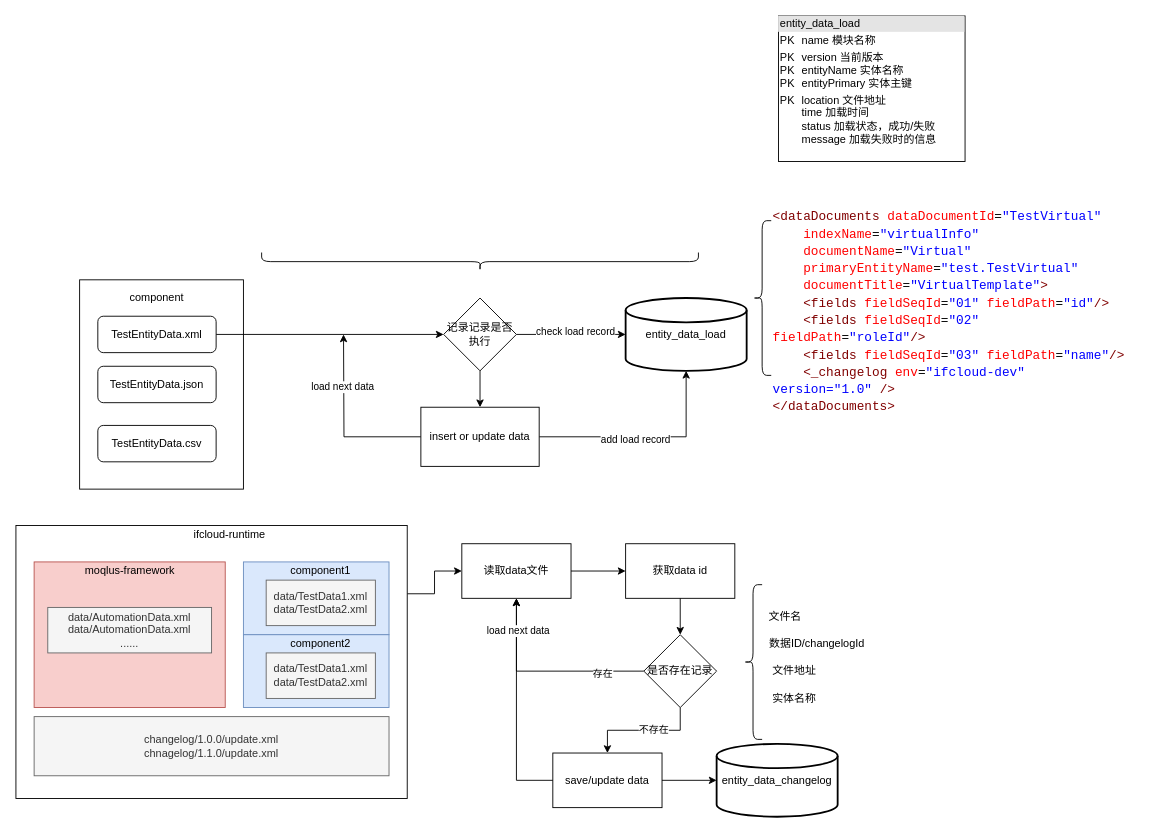
This is yunify/component-init-data.drawio from jiangliuhong/drawdb, a draw.io file, before an edit. Source tidied: cells renumbered, new cells numbered last; positions are measured from the earlier drawing's top-left corner, leaving out a move shared by most shapes. Both pictures are drawn from the tidied source at 91%, with x=0, y=0 at pixel (15, 15).
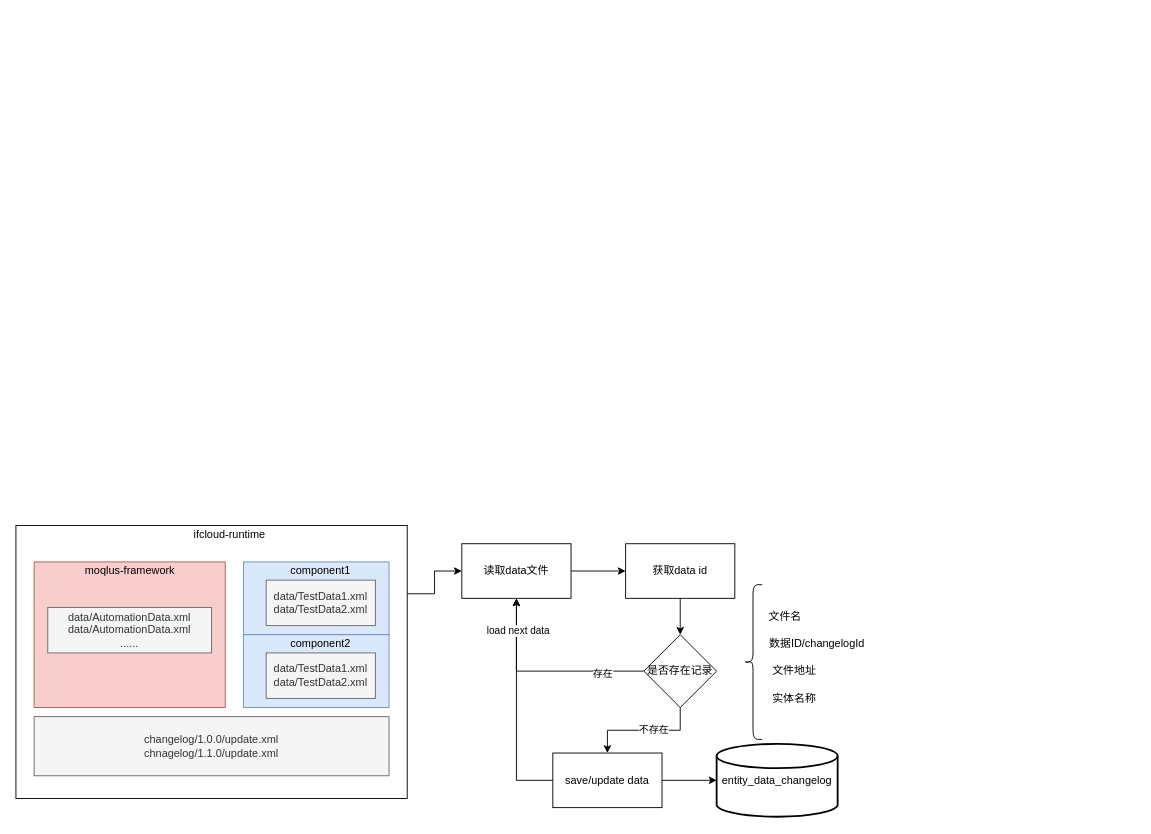
The same diagram, later.

The edit, as a diff of the source:
```diff
@@
-    <mxCell id="4" style="rounded=0;whiteSpace=wrap;html=1;" parent="1" vertex="1">
-      <mxGeometry x="70" y="290" width="180" height="230" as="geometry" />
-    </mxCell>
-    <mxCell id="5" style="edgeStyle=orthogonalEdgeStyle;rounded=0;jettySize=auto;html=1;exitX=1;exitY=0.5;exitDx=0;exitDy=0;entryX=0;entryY=0.5;entryDx=0;entryDy=0;" parent="1" edge="1" source="6" target="16">
-      <mxGeometry relative="1" as="geometry" />
-    </mxCell>
-    <mxCell id="6" value="TestEntityData.xml" style="rounded=1;whiteSpace=wrap;html=1;" parent="1" vertex="1">
-      <mxGeometry x="90" y="330" width="130" height="40" as="geometry" />
-    </mxCell>
-    <mxCell id="7" value="&lt;div style=&quot;background-color: rgb(255 , 255 , 255) ; font-family: &amp;#34;consolas&amp;#34; , &amp;#34;courier new&amp;#34; , monospace ; font-size: 14px ; line-height: 19px&quot;&gt;&lt;div&gt;&lt;span style=&quot;color: #800000&quot;&gt;&amp;lt;dataDocuments&lt;/span&gt; &lt;span style=&quot;color: #ff0000&quot;&gt;dataDocumentId&lt;/span&gt;=&lt;span style=&quot;color: #0000ff&quot;&gt;&quot;TestVirtual&quot;&lt;/span&gt; &lt;/div&gt;&lt;div&gt;&amp;nbsp; &amp;nbsp; &lt;span style=&quot;color: #ff0000&quot;&gt;indexName&lt;/span&gt;=&lt;span style=&quot;color: #0000ff&quot;&gt;&quot;virtualInfo&quot;&amp;nbsp;&lt;/span&gt;&lt;/div&gt;&lt;div&gt;&amp;nbsp; &amp;nbsp; &lt;span style=&quot;color: #ff0000&quot;&gt;documentName&lt;/span&gt;=&lt;span style=&quot;color: #0000ff&quot;&gt;&quot;Virtual&quot;&lt;/span&gt;&lt;/div&gt;&lt;div&gt;&amp;nbsp; &amp;nbsp; &lt;span style=&quot;color: #ff0000&quot;&gt;primaryEntityName&lt;/span&gt;=&lt;span style=&quot;color: #0000ff&quot;&gt;&quot;test.TestVirtual&quot;&lt;/span&gt; &lt;/div&gt;&lt;div&gt;&amp;nbsp; &amp;nbsp; &lt;span style=&quot;color: #ff0000&quot;&gt;documentTitle&lt;/span&gt;=&lt;span style=&quot;color: #0000ff&quot;&gt;&quot;VirtualTemplate&quot;&lt;/span&gt;&lt;span style=&quot;color: #800000&quot;&gt;&amp;gt;&lt;/span&gt;&lt;/div&gt;&lt;div&gt;&amp;nbsp; &amp;nbsp; &lt;span style=&quot;color: #800000&quot;&gt;&amp;lt;fields&lt;/span&gt; &lt;span style=&quot;color: #ff0000&quot;&gt;fieldSeqId&lt;/span&gt;=&lt;span style=&quot;color: #0000ff&quot;&gt;&quot;01&quot;&lt;/span&gt; &lt;span style=&quot;color: #ff0000&quot;&gt;fieldPath&lt;/span&gt;=&lt;span style=&quot;color: #0000ff&quot;&gt;&quot;id&quot;&lt;/span&gt;&lt;span style=&quot;color: #800000&quot;&gt;/&amp;gt;&lt;/span&gt;&lt;/div&gt;&lt;div&gt;&amp;nbsp; &amp;nbsp; &lt;span style=&quot;color: #800000&quot;&gt;&amp;lt;fields&lt;/span&gt; &lt;span style=&quot;color: #ff0000&quot;&gt;fieldSeqId&lt;/span&gt;=&lt;span style=&quot;color: #0000ff&quot;&gt;&quot;02&quot;&lt;/span&gt; &lt;span style=&quot;color: #ff0000&quot;&gt;fieldPath&lt;/span&gt;=&lt;span style=&quot;color: #0000ff&quot;&gt;&quot;roleId&quot;&lt;/span&gt;&lt;span style=&quot;color: #800000&quot;&gt;/&amp;gt;&lt;/span&gt;&lt;/div&gt;&lt;div&gt;&amp;nbsp; &amp;nbsp; &lt;span style=&quot;color: #800000&quot;&gt;&amp;lt;fields&lt;/span&gt; &lt;span style=&quot;color: #ff0000&quot;&gt;fieldSeqId&lt;/span&gt;=&lt;span style=&quot;color: #0000ff&quot;&gt;&quot;03&quot;&lt;/span&gt; &lt;span style=&quot;color: #ff0000&quot;&gt;fieldPath&lt;/span&gt;=&lt;span style=&quot;color: #0000ff&quot;&gt;&quot;name&quot;&lt;/span&gt;&lt;span style=&quot;color: #800000&quot;&gt;/&amp;gt;&lt;/span&gt;&lt;/div&gt;&lt;div&gt;&lt;div style=&quot;font-family: &amp;#34;consolas&amp;#34; , &amp;#34;courier new&amp;#34; , monospace ; line-height: 19px&quot;&gt;&amp;nbsp; &amp;nbsp; &lt;span style=&quot;color: #800000&quot;&gt;&amp;lt;_changelog&lt;/span&gt;&amp;nbsp;&lt;span style=&quot;color: #ff0000&quot;&gt;env&lt;/span&gt;=&lt;span style=&quot;color: #0000ff&quot;&gt;&quot;ifcloud-dev&quot; version=&quot;1.0&quot;&amp;nbsp;&lt;/span&gt;&lt;span style=&quot;color: #800000&quot;&gt;/&amp;gt;&lt;/span&gt;&lt;/div&gt;&lt;/div&gt;&lt;div&gt;&lt;span style=&quot;color: #800000&quot;&gt;&amp;lt;/dataDocuments&amp;gt;&lt;/span&gt;&lt;/div&gt;&lt;/div&gt;" style="rounded=0;whiteSpace=wrap;html=1;align=left;strokeColor=none;fillColor=none;" parent="1" vertex="1">
-      <mxGeometry x="830" y="200" width="400" height="250" as="geometry" />
-    </mxCell>
-    <mxCell id="8" value="&lt;div style=&quot;box-sizing: border-box ; width: 100% ; background: #e4e4e4 ; padding: 2px&quot;&gt;entity_data_load&lt;/div&gt;&lt;table style=&quot;width: 100% ; font-size: 1em&quot; cellpadding=&quot;2&quot; cellspacing=&quot;0&quot;&gt;&lt;tbody&gt;&lt;tr&gt;&lt;td&gt;PK&lt;/td&gt;&lt;td&gt;name 模块名称&lt;/td&gt;&lt;/tr&gt;&lt;tr&gt;&lt;td&gt;PK&lt;br&gt;PK&lt;br&gt;PK&lt;br&gt;&lt;/td&gt;&lt;td&gt;version 当前版本&lt;br&gt;entityName 实体名称&lt;br&gt;entityPrimary 实体主键&lt;/td&gt;&lt;/tr&gt;&lt;tr&gt;&lt;td&gt;PK&lt;br&gt;&lt;br&gt;&lt;br&gt;&lt;br&gt;&lt;br&gt;&lt;/td&gt;&lt;td&gt;location 文件地址&lt;br&gt;time 加载时间&lt;br&gt;status 加载状态，成功/失败&lt;br&gt;message 加载失败时的信息&lt;br&gt;&lt;br&gt;&lt;/td&gt;&lt;/tr&gt;&lt;/tbody&gt;&lt;/table&gt;" style="verticalAlign=top;align=left;overflow=fill;html=1;" parent="1" vertex="1">
-      <mxGeometry x="838" width="205" height="160" as="geometry" />
-    </mxCell>
-    <mxCell id="9" value="component" style="text;html=1;strokeColor=none;fillColor=none;align=center;verticalAlign=middle;whiteSpace=wrap;rounded=0;" parent="1" vertex="1">
-      <mxGeometry x="105" y="300" width="100" height="20" as="geometry" />
-    </mxCell>
-    <mxCell id="10" value="TestEntityData.json" style="rounded=1;whiteSpace=wrap;html=1;" parent="1" vertex="1">
-      <mxGeometry x="90" y="385" width="130" height="40" as="geometry" />
-    </mxCell>
-    <mxCell id="11" value="TestEntityData.csv" style="rounded=1;whiteSpace=wrap;html=1;" parent="1" vertex="1">
-      <mxGeometry x="90" y="450" width="130" height="40" as="geometry" />
-    </mxCell>
-    <mxCell id="12" style="edgeStyle=orthogonalEdgeStyle;rounded=0;orthogonalLoop=1;jettySize=auto;html=1;exitX=0.5;exitY=1;exitDx=0;exitDy=0;" parent="1" edge="1" source="9" target="9">
-      <mxGeometry relative="1" as="geometry" />
-    </mxCell>
-    <mxCell id="13" style="edgeStyle=orthogonalEdgeStyle;rounded=0;jettySize=auto;html=1;exitX=1;exitY=0.5;exitDx=0;exitDy=0;entryX=0;entryY=0.5;entryDx=0;entryDy=0;entryPerimeter=0;" parent="1" edge="1" source="16" target="18">
-      <mxGeometry relative="1" as="geometry" />
-    </mxCell>
-    <mxCell id="14" value="check load record" style="edgeLabel;html=1;align=center;verticalAlign=middle;" parent="13" vertex="1">
-      <mxGeometry x="0.07" y="4" relative="1" as="geometry" />
-    </mxCell>
-    <mxCell id="15" style="edgeStyle=orthogonalEdgeStyle;rounded=0;jettySize=auto;html=1;exitX=0.5;exitY=1;exitDx=0;exitDy=0;entryX=0.5;entryY=0;entryDx=0;entryDy=0;" parent="1" edge="1" source="16" target="23">
-      <mxGeometry relative="1" as="geometry" />
-    </mxCell>
-    <mxCell id="16" value="记录记录是否执行" style="rhombus;whiteSpace=wrap;html=1;" parent="1" vertex="1">
-      <mxGeometry x="470" y="310" width="80" height="80" as="geometry" />
-    </mxCell>
-    <mxCell id="17" style="shape=curlyBracket;whiteSpace=wrap;html=1;rounded=1;flipH=1;rotation=90;" parent="1" vertex="1">
-      <mxGeometry x="500" y="30" width="20" height="480" as="geometry" />
-    </mxCell>
-    <mxCell id="18" value="&lt;span style=&quot;text-align: left&quot;&gt;entity_data_load&lt;/span&gt;" style="strokeWidth=2;html=1;shape=mxgraph.flowchart.database;whiteSpace=wrap;" parent="1" vertex="1">
-      <mxGeometry x="670" y="310" width="133" height="80" as="geometry" />
-    </mxCell>
-    <mxCell id="19" style="edgeStyle=orthogonalEdgeStyle;rounded=0;jettySize=auto;html=1;exitX=1;exitY=0.5;exitDx=0;exitDy=0;" parent="1" edge="1" source="23" target="18">
-      <mxGeometry relative="1" as="geometry" />
-    </mxCell>
-    <mxCell id="20" value="add load record" style="edgeLabel;html=1;align=center;verticalAlign=middle;" parent="19" vertex="1">
-      <mxGeometry x="-0.1" y="-2" relative="1" as="geometry">
-        <mxPoint y="1" as="offset" />
-      </mxGeometry>
-    </mxCell>
-    <mxCell id="21" style="edgeStyle=orthogonalEdgeStyle;rounded=0;jettySize=auto;html=1;exitX=0;exitY=0.5;exitDx=0;exitDy=0;" parent="1" edge="1" source="23">
-      <mxGeometry relative="1" as="geometry">
-        <mxPoint x="360" y="350" as="targetPoint" />
-      </mxGeometry>
-    </mxCell>
-    <mxCell id="22" value="load next data" style="edgeLabel;html=1;align=center;verticalAlign=middle;" parent="21" vertex="1">
-      <mxGeometry x="0.42" y="2" relative="1" as="geometry" />
-    </mxCell>
-    <mxCell id="23" value="insert or update data" style="rounded=0;whiteSpace=wrap;html=1;" parent="1" vertex="1">
-      <mxGeometry x="445" y="430" width="130" height="65" as="geometry" />
-    </mxCell>
@@
-    <mxCell id="35" style="shape=curlyBracket;whiteSpace=wrap;html=1;rounded=1;align=center;" parent="1" vertex="1">
-      <mxGeometry x="810" y="225" width="20" height="170" as="geometry" />
-    </mxCell>
```
